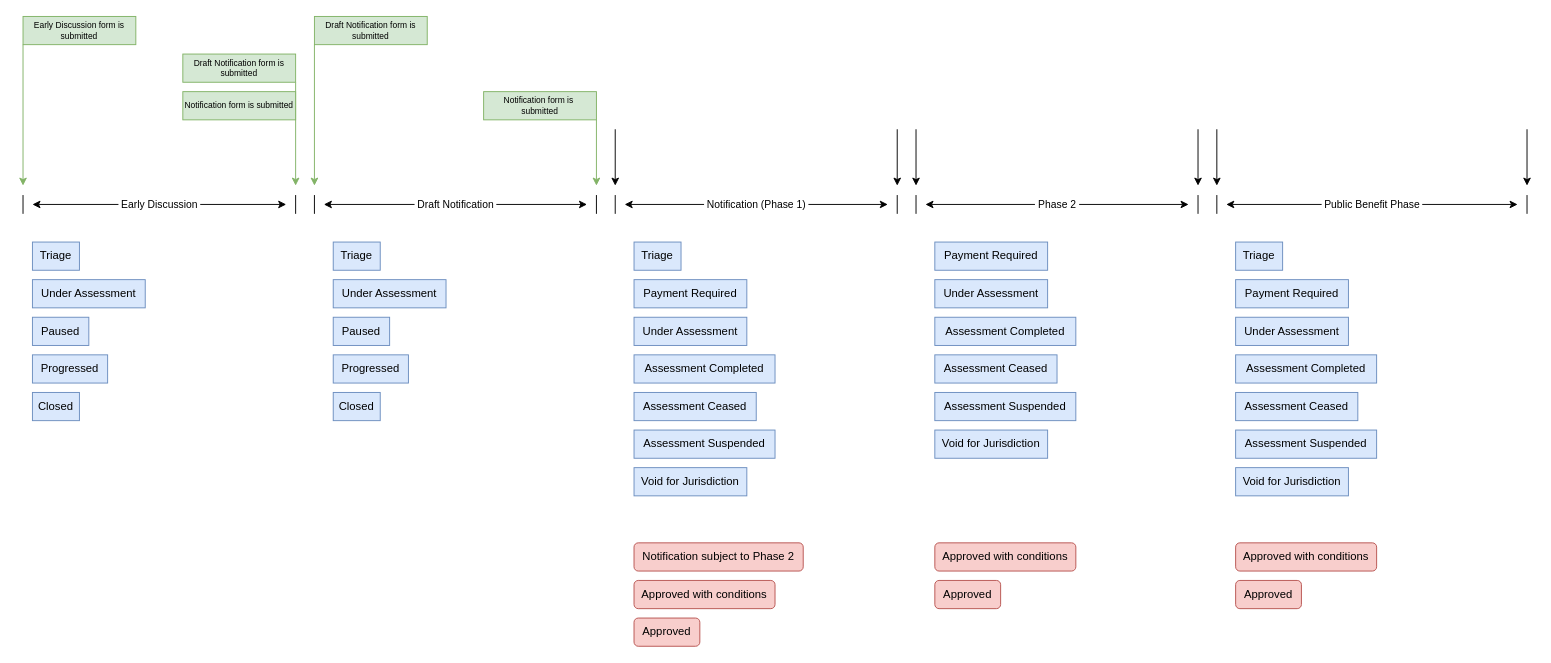
danieldotskc/helloworld keeps this draw.io diagram as logging/Merger Matter Phase and Status.drawio. Above is the earlier version. Source tidied: cells renumbered, new cells numbered last; positions are measured from the earlier drawing's top-left corner, leaving out a move shared by most shapes. Both pictures are drawn from the tidied source at 94%, with x=0, y=0 at pixel (23, 16).
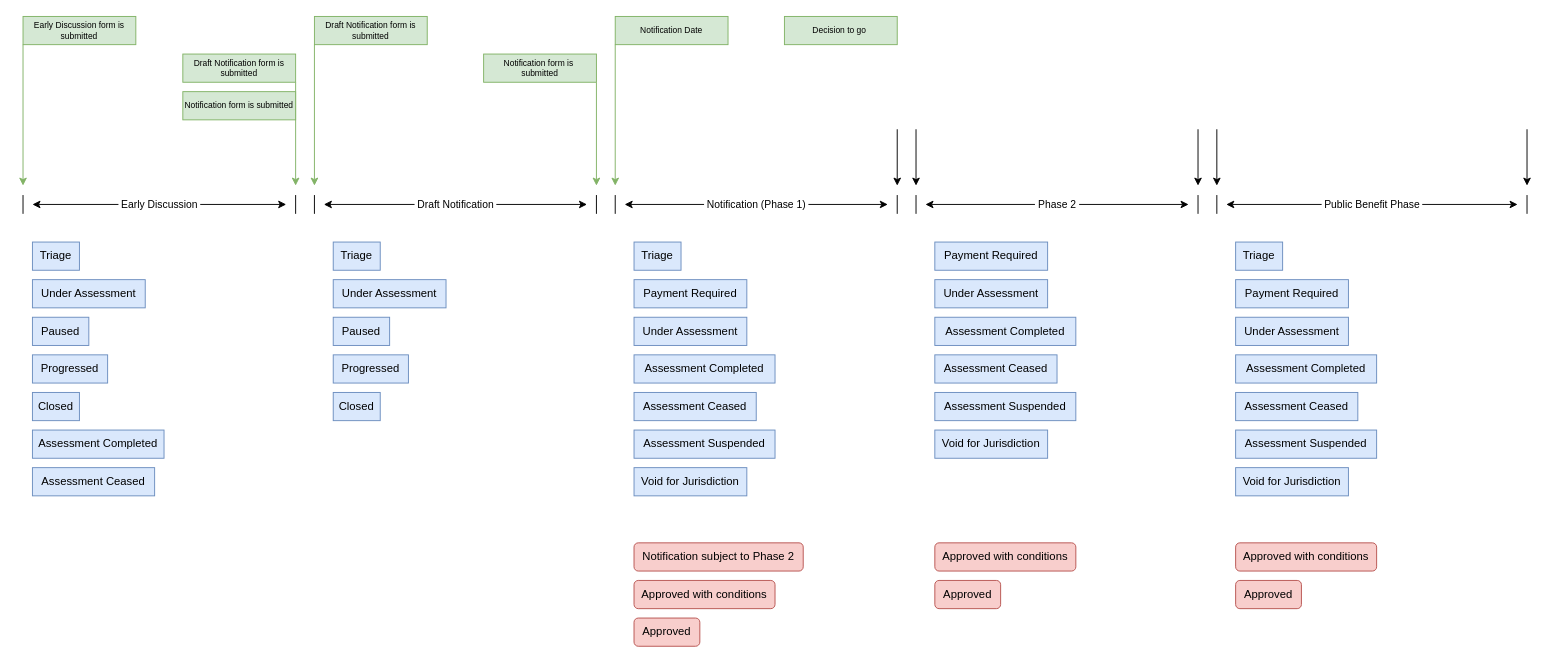
Above is the later version.

Diff of the diagram source:
```diff
@@
-    <mxCell id="58" style="endArrow=classic;html=1;rounded=0;" parent="1" edge="1">
+    <mxCell id="58" style="endArrow=classic;html=1;rounded=0;exitX=0;exitY=1;exitDx=0;exitDy=0;fillColor=#d5e8d4;strokeColor=#82b366;" parent="1" edge="1" source="69">
       <mxGeometry relative="1" as="geometry">
-        <mxPoint x="630" y="120" as="sourcePoint" />
         <mxPoint x="630" y="180" as="targetPoint" />
       </mxGeometry>
     </mxCell>
@@
     <mxCell id="68" value="Notification form is&amp;nbsp;&lt;div&gt;submitted&lt;/div&gt;" style="rounded=0;whiteSpace=wrap;html=1;fontSize=9;fillColor=#d5e8d4;strokeColor=#82b366;" parent="1" vertex="1">
-      <mxGeometry x="490" y="80" width="120" height="30" as="geometry" />
+      <mxGeometry x="490" y="40" width="120" height="30" as="geometry" />
     </mxCell>
+    <mxCell id="69" value="Notification Date" style="rounded=0;whiteSpace=wrap;html=1;fontSize=9;fillColor=#d5e8d4;strokeColor=#82b366;" parent="1" vertex="1">
+      <mxGeometry x="630" width="120" height="30" as="geometry" />
+    </mxCell>
+    <mxCell id="70" value="Decision to go&amp;nbsp;" style="rounded=0;whiteSpace=wrap;html=1;fontSize=9;fillColor=#d5e8d4;strokeColor=#82b366;" parent="1" vertex="1">
+      <mxGeometry x="810" width="120" height="30" as="geometry" />
+    </mxCell>
+    <mxCell id="71" value="Assessment Completed" style="rounded=0;whiteSpace=wrap;html=1;fillColor=#dae8fc;strokeColor=#6c8ebf;" parent="1" vertex="1">
+      <mxGeometry x="10" y="440" width="140" height="30" as="geometry" />
+    </mxCell>
+    <mxCell id="72" value="Assessment Ceased" style="rounded=0;whiteSpace=wrap;html=1;fillColor=#dae8fc;strokeColor=#6c8ebf;" parent="1" vertex="1">
+      <mxGeometry x="10" y="480" width="130" height="30" as="geometry" />
+    </mxCell>
```
